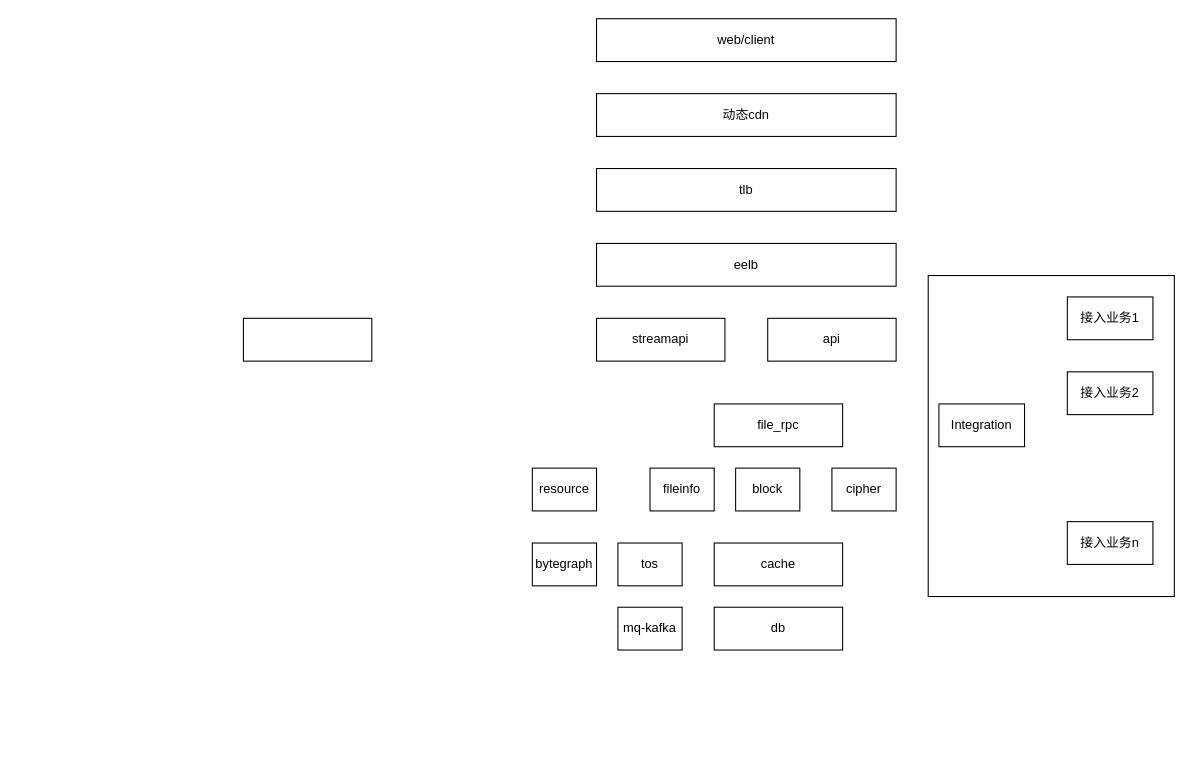
Earlier version of the draw.io diagram 架构图.drawio (hehenpan/drawio). Source tidied: cells renumbered, new cells numbered last; positions are measured from the earlier drawing's top-left corner, leaving out a move shared by most shapes. Both pictures are drawn from the tidied source at 107%, with x=0, y=0 at pixel (243, 18).
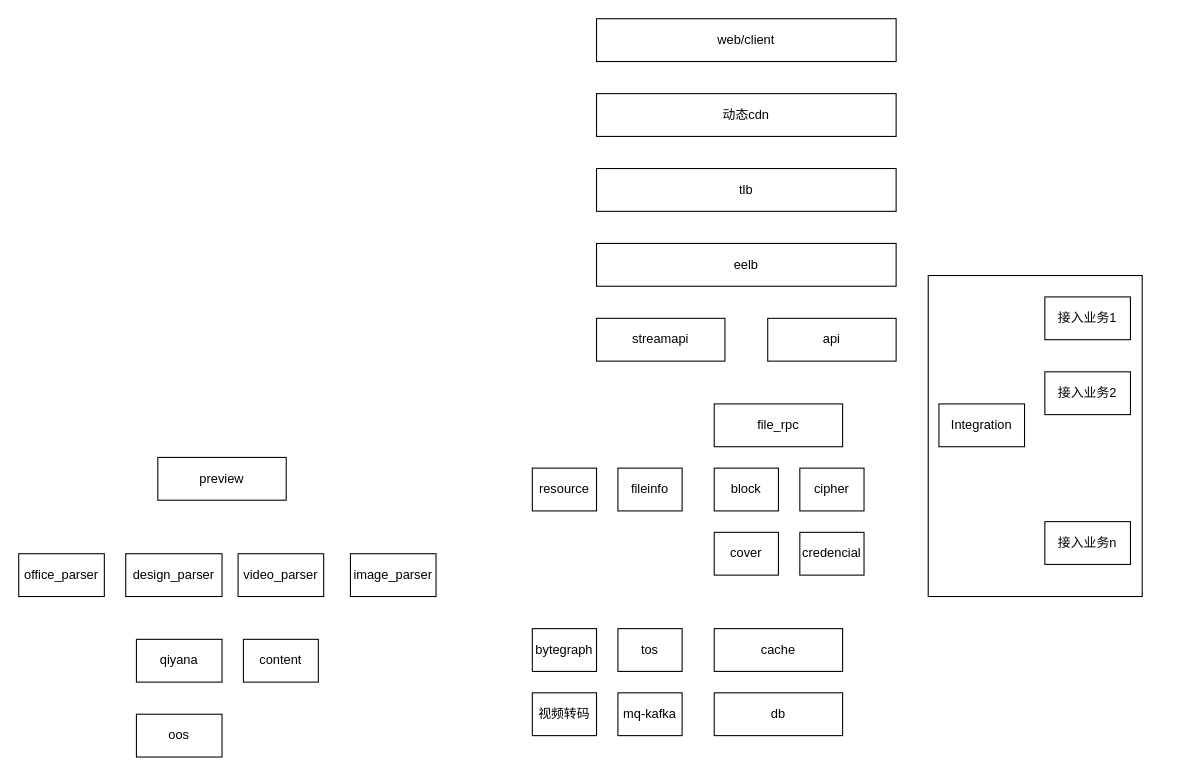
The same diagram, later.

Diff of the diagram source:
```diff
@@
     <mxCell id="2" style="rounded=0;whiteSpace=wrap;html=1;" parent="1" vertex="1">
-      <mxGeometry x="640" y="240" width="230" height="300" as="geometry" />
+      <mxGeometry x="640" y="240" width="200" height="300" as="geometry" />
     </mxCell>
@@
     <mxCell id="10" value="fileinfo" style="rounded=0;whiteSpace=wrap;html=1;" parent="1" vertex="1">
-      <mxGeometry x="380" y="420" width="60" height="40" as="geometry" />
+      <mxGeometry x="350" y="420" width="60" height="40" as="geometry" />
     </mxCell>
     <mxCell id="11" value="block" style="rounded=0;whiteSpace=wrap;html=1;" parent="1" vertex="1">
-      <mxGeometry x="460" y="420" width="60" height="40" as="geometry" />
+      <mxGeometry x="440" y="420" width="60" height="40" as="geometry" />
     </mxCell>
     <mxCell id="12" value="cipher" style="rounded=0;whiteSpace=wrap;html=1;" parent="1" vertex="1">
-      <mxGeometry x="550" y="420" width="60" height="40" as="geometry" />
+      <mxGeometry x="520" y="420" width="60" height="40" as="geometry" />
     </mxCell>
     <mxCell id="13" value="cache" style="rounded=0;whiteSpace=wrap;html=1;" parent="1" vertex="1">
-      <mxGeometry x="440" y="490" width="120" height="40" as="geometry" />
+      <mxGeometry x="440" y="570" width="120" height="40" as="geometry" />
     </mxCell>
     <mxCell id="14" value="db" style="rounded=0;whiteSpace=wrap;html=1;" parent="1" vertex="1">
-      <mxGeometry x="440" y="550" width="120" height="40" as="geometry" />
+      <mxGeometry x="440" y="630" width="120" height="40" as="geometry" />
     </mxCell>
@@
     <mxCell id="16" value="接入业务1" style="rounded=0;whiteSpace=wrap;html=1;" parent="1" vertex="1">
-      <mxGeometry x="770" y="260" width="80" height="40" as="geometry" />
+      <mxGeometry x="749" y="260" width="80" height="40" as="geometry" />
     </mxCell>
     <mxCell id="17" value="接入业务2" style="rounded=0;whiteSpace=wrap;html=1;" parent="1" vertex="1">
-      <mxGeometry x="770" y="330" width="80" height="40" as="geometry" />
+      <mxGeometry x="749" y="330" width="80" height="40" as="geometry" />
     </mxCell>
     <mxCell id="18" value="接入业务n" style="rounded=0;whiteSpace=wrap;html=1;" parent="1" vertex="1">
-      <mxGeometry x="770" y="470" width="80" height="40" as="geometry" />
+      <mxGeometry x="749" y="470" width="80" height="40" as="geometry" />
     </mxCell>
@@
     <mxCell id="20" value="bytegraph" style="rounded=0;whiteSpace=wrap;html=1;" parent="1" vertex="1">
-      <mxGeometry x="270" y="490" width="60" height="40" as="geometry" />
+      <mxGeometry x="270" y="570" width="60" height="40" as="geometry" />
     </mxCell>
     <mxCell id="21" value="tos" style="rounded=0;whiteSpace=wrap;html=1;" parent="1" vertex="1">
-      <mxGeometry x="350" y="490" width="60" height="40" as="geometry" />
+      <mxGeometry x="350" y="570" width="60" height="40" as="geometry" />
     </mxCell>
     <mxCell id="22" value="mq-kafka" style="rounded=0;whiteSpace=wrap;html=1;" parent="1" vertex="1">
-      <mxGeometry x="350" y="550" width="60" height="40" as="geometry" />
+      <mxGeometry x="350" y="630" width="60" height="40" as="geometry" />
     </mxCell>
-    <mxCell id="23" style="rounded=0;whiteSpace=wrap;html=1;" parent="1" vertex="1">
-      <mxGeometry y="280" width="120" height="40" as="geometry" />
+    <mxCell id="23" value="qiyana" style="rounded=0;whiteSpace=wrap;html=1;" parent="1" vertex="1">
+      <mxGeometry x="-100" y="580" width="80" height="40" as="geometry" />
     </mxCell>
+    <mxCell id="24" value="preview" style="rounded=0;whiteSpace=wrap;html=1;" parent="1" vertex="1">
+      <mxGeometry x="-80" y="410" width="120" height="40" as="geometry" />
+    </mxCell>
+    <mxCell id="25" value="content" style="rounded=0;whiteSpace=wrap;html=1;" parent="1" vertex="1">
+      <mxGeometry y="580" width="70" height="40" as="geometry" />
+    </mxCell>
+    <mxCell id="26" value="image_parser" style="rounded=0;whiteSpace=wrap;html=1;" parent="1" vertex="1">
+      <mxGeometry x="100" y="500" width="80" height="40" as="geometry" />
+    </mxCell>
+    <mxCell id="27" value="design_parser" style="rounded=0;whiteSpace=wrap;html=1;" parent="1" vertex="1">
+      <mxGeometry x="-110" y="500" width="90" height="40" as="geometry" />
+    </mxCell>
+    <mxCell id="28" value="video_parser" style="rounded=0;whiteSpace=wrap;html=1;" parent="1" vertex="1">
+      <mxGeometry x="-5" y="500" width="80" height="40" as="geometry" />
+    </mxCell>
+    <mxCell id="29" value="office_parser" style="rounded=0;whiteSpace=wrap;html=1;" parent="1" vertex="1">
+      <mxGeometry x="-210" y="500" width="80" height="40" as="geometry" />
+    </mxCell>
+    <mxCell id="30" value="oos" style="rounded=0;whiteSpace=wrap;html=1;" parent="1" vertex="1">
+      <mxGeometry x="-100" y="650" width="80" height="40" as="geometry" />
+    </mxCell>
+    <mxCell id="31" value="视频转码" style="rounded=0;whiteSpace=wrap;html=1;" parent="1" vertex="1">
+      <mxGeometry x="270" y="630" width="60" height="40" as="geometry" />
+    </mxCell>
+    <mxCell id="32" value="credencial" style="rounded=0;whiteSpace=wrap;html=1;" parent="1" vertex="1">
+      <mxGeometry x="520" y="480" width="60" height="40" as="geometry" />
+    </mxCell>
+    <mxCell id="33" value="cover" style="rounded=0;whiteSpace=wrap;html=1;" parent="1" vertex="1">
+      <mxGeometry x="440" y="480" width="60" height="40" as="geometry" />
+    </mxCell>
```
